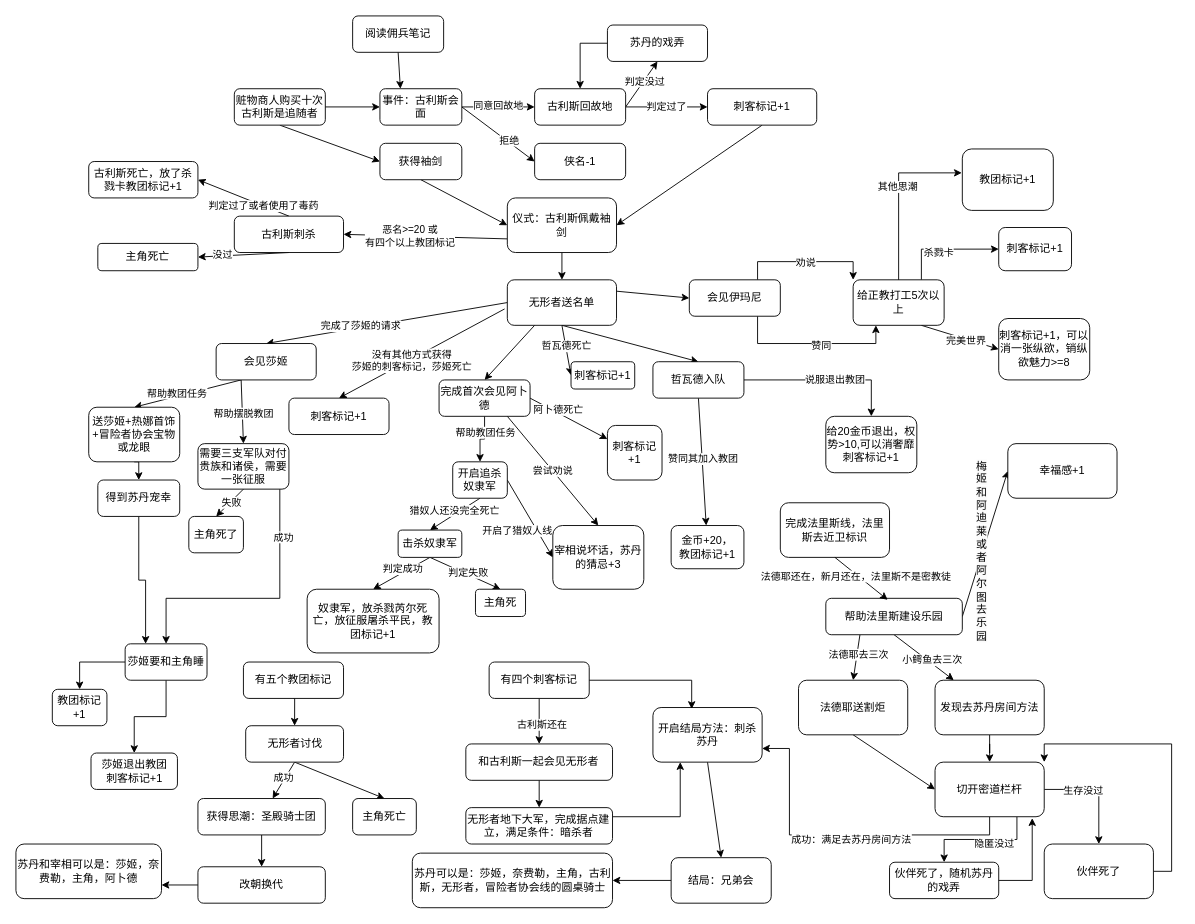
The draw.io diagram workflow/ac.drawio in dixiyao/Sudan-Mod, before the edit. Source tidied: cells renumbered, new cells numbered last; positions are measured from the earlier drawing's top-left corner, leaving out a move shared by most shapes. Both pictures are drawn from the tidied source at 91%, with x=0, y=0 at pixel (15, 15).
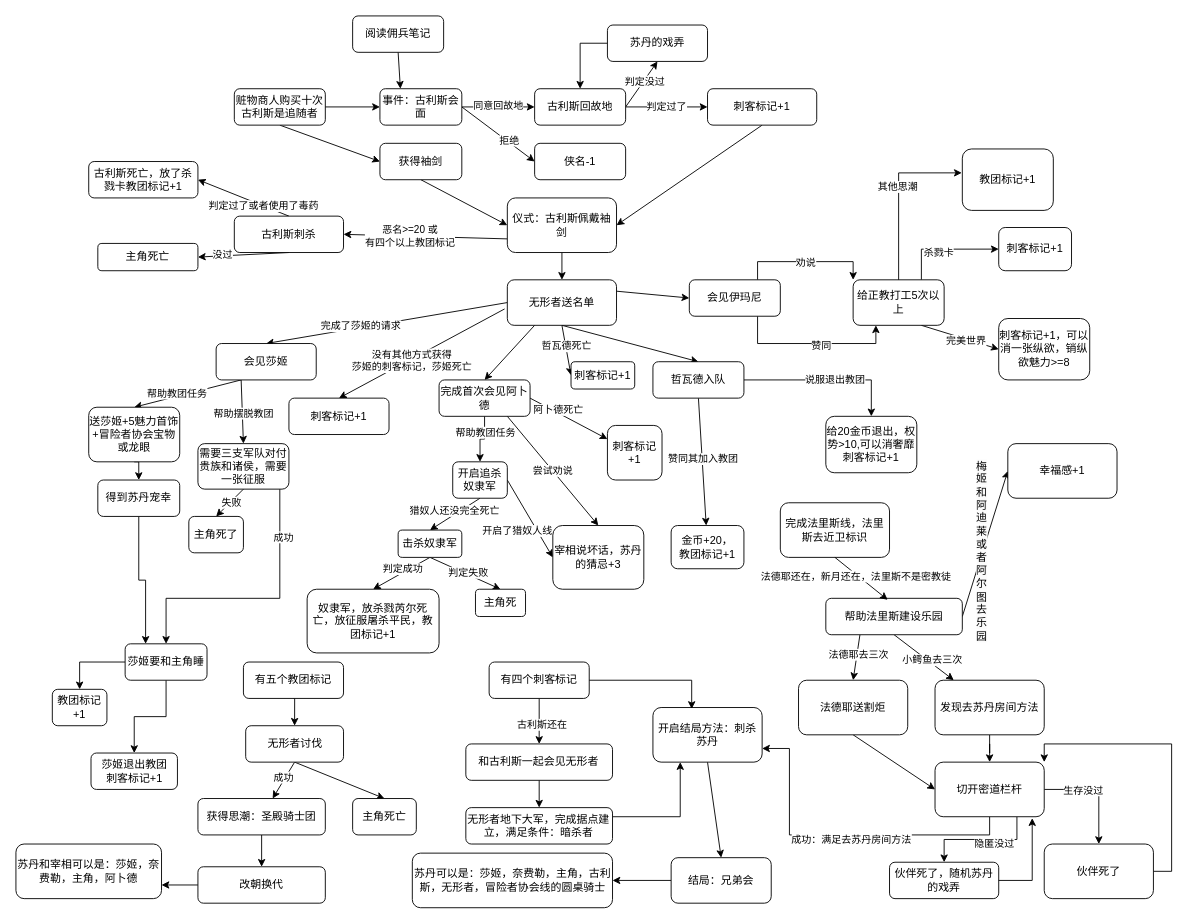
After the change.

What changed in the source:
```diff
@@
-    <mxCell id="51" value="送莎姬+热娜首饰+冒险者协会宝物或龙眼" style="rounded=1;whiteSpace=wrap;html=1;" parent="1" vertex="1">
+    <mxCell id="51" value="送莎姬+5魅力首饰+冒险者协会宝物或龙眼" style="rounded=1;whiteSpace=wrap;html=1;" parent="1" vertex="1">
       <mxGeometry x="80" y="430" width="100" height="60" as="geometry" />
     </mxCell>
```
